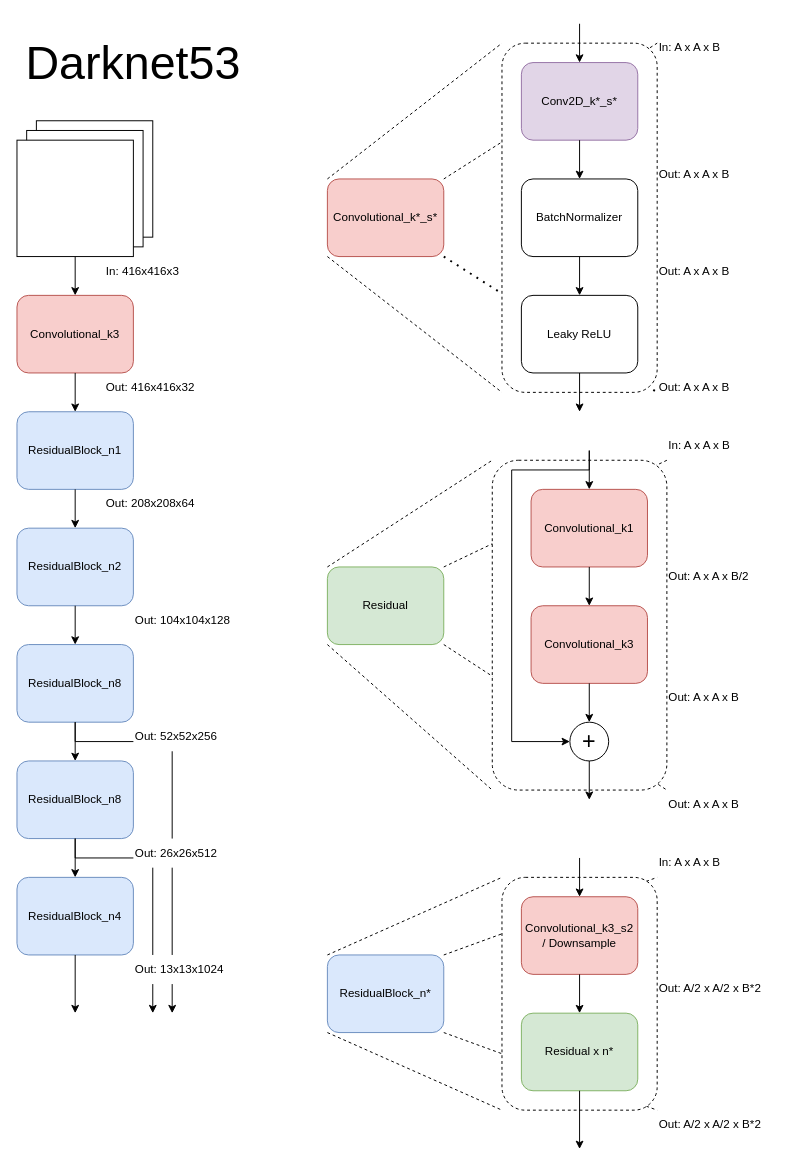
Before: darknet.drawio in The0Jan/GSN_YOLO, a draw.io diagram. Source tidied: cells renumbered, new cells numbered last; positions are measured from the earlier drawing's top-left corner, leaving out a move shared by most shapes. Both pictures are drawn from the tidied source at 97%, with x=0, y=0 at pixel (16, 23).
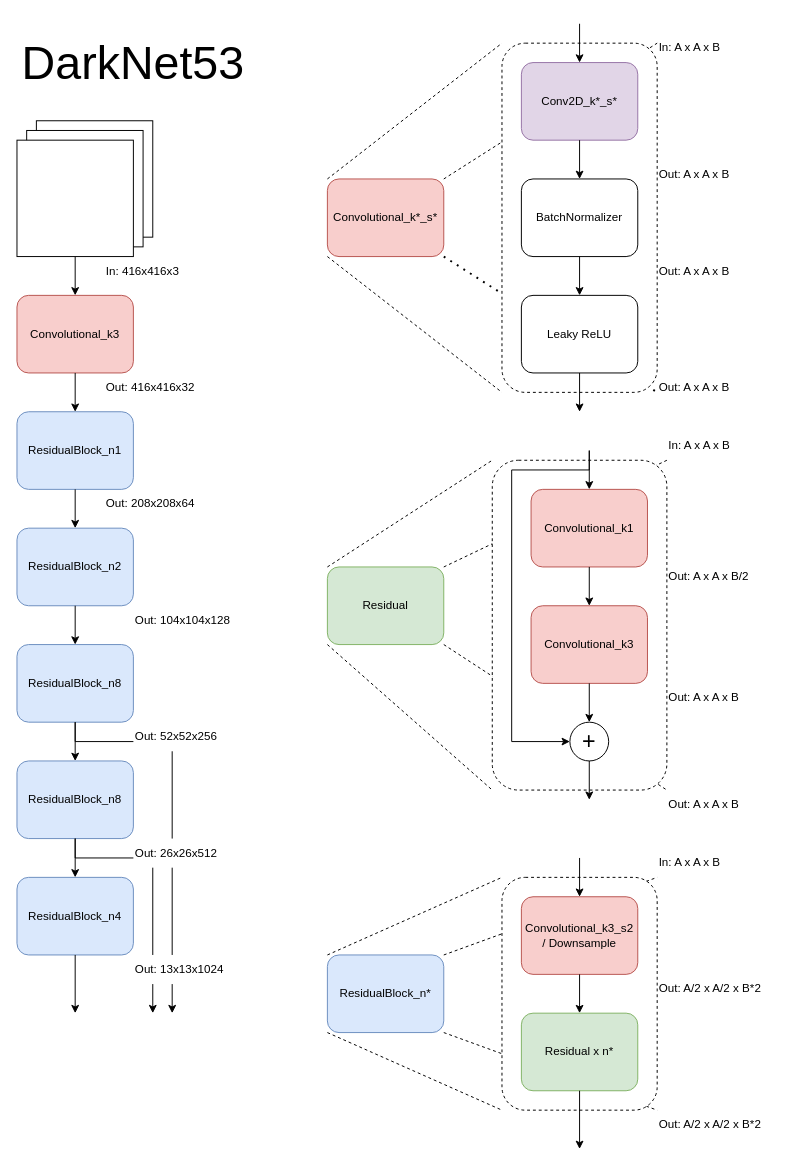
The same page after the edit.

Commit message:
Capitalize Net in DarkNet diagram

Diff of the diagram source:
```diff
@@
-    <mxCell id="10" value="&lt;font style=&quot;font-size: 48px;&quot;&gt;Darknet53&lt;br&gt;&lt;/font&gt;" style="text;html=1;strokeColor=none;fillColor=none;align=center;verticalAlign=middle;whiteSpace=wrap;rounded=0;" parent="1" vertex="1">
+    <mxCell id="10" value="&lt;font style=&quot;font-size: 48px;&quot;&gt;DarkNet53&lt;br&gt;&lt;/font&gt;" style="text;html=1;strokeColor=none;fillColor=none;align=center;verticalAlign=middle;whiteSpace=wrap;rounded=0;" parent="1" vertex="1">
       <mxGeometry width="240" height="80" as="geometry" />
     </mxCell>
```
